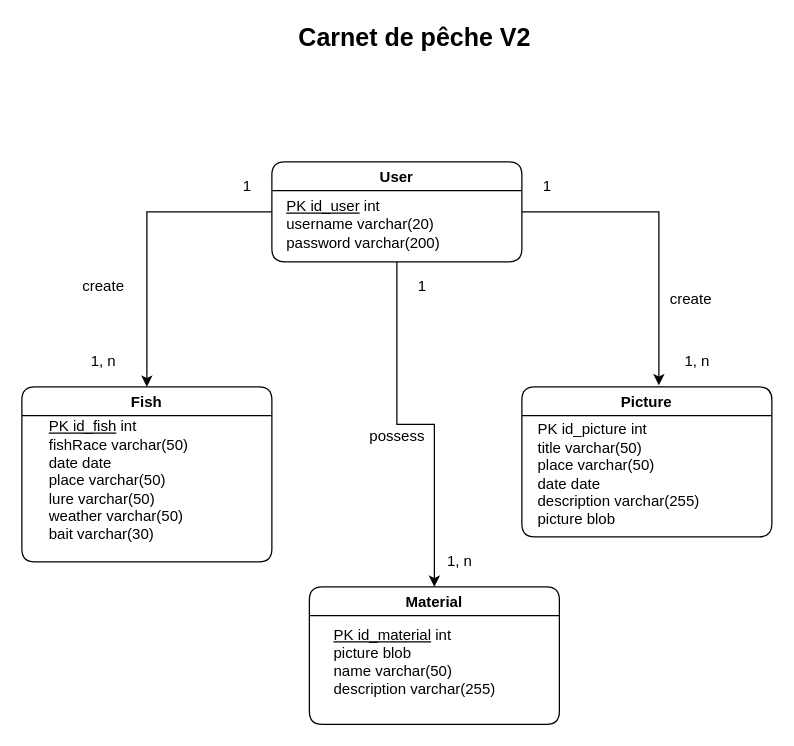
The draw.io diagram DiagrammeClasseCarnetPeche.drawio in Brunod32/carnet_pecheV2, before the edit. Source tidied: cells renumbered, new cells numbered last; positions are measured from the earlier drawing's top-left corner, leaving out a move shared by most shapes. Both pictures are drawn from the tidied source at 125%, with x=0, y=0 at pixel (21, 24).
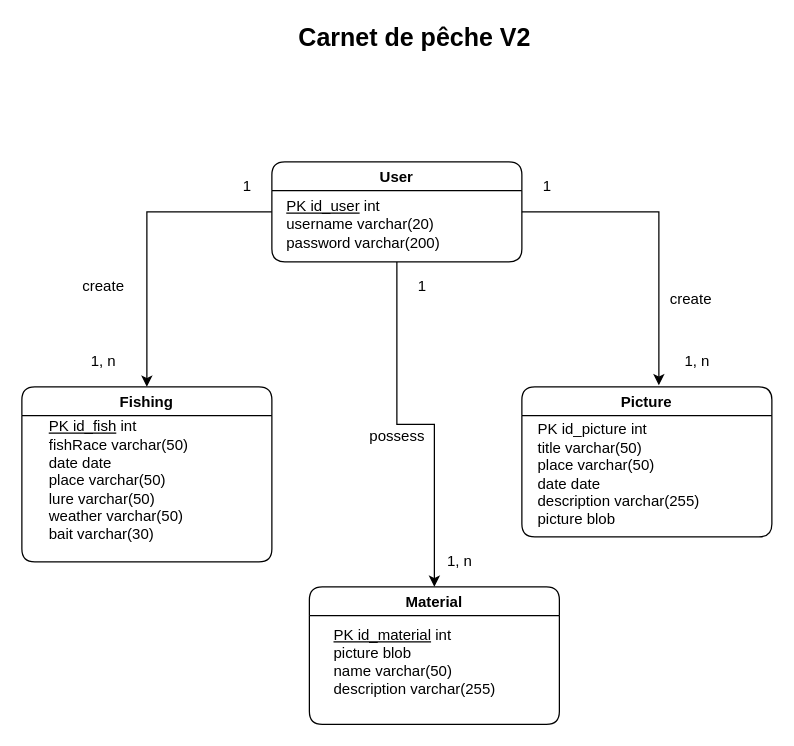
The same diagram, later.

Diff of the diagram source:
```diff
@@
-    <mxCell id="9" value="Fish" style="swimlane;rounded=1;" parent="1" vertex="1">
+    <mxCell id="9" value="Fishing" style="swimlane;rounded=1;" parent="1" vertex="1">
       <mxGeometry y="290" width="200" height="140" as="geometry" />
     </mxCell>
```
